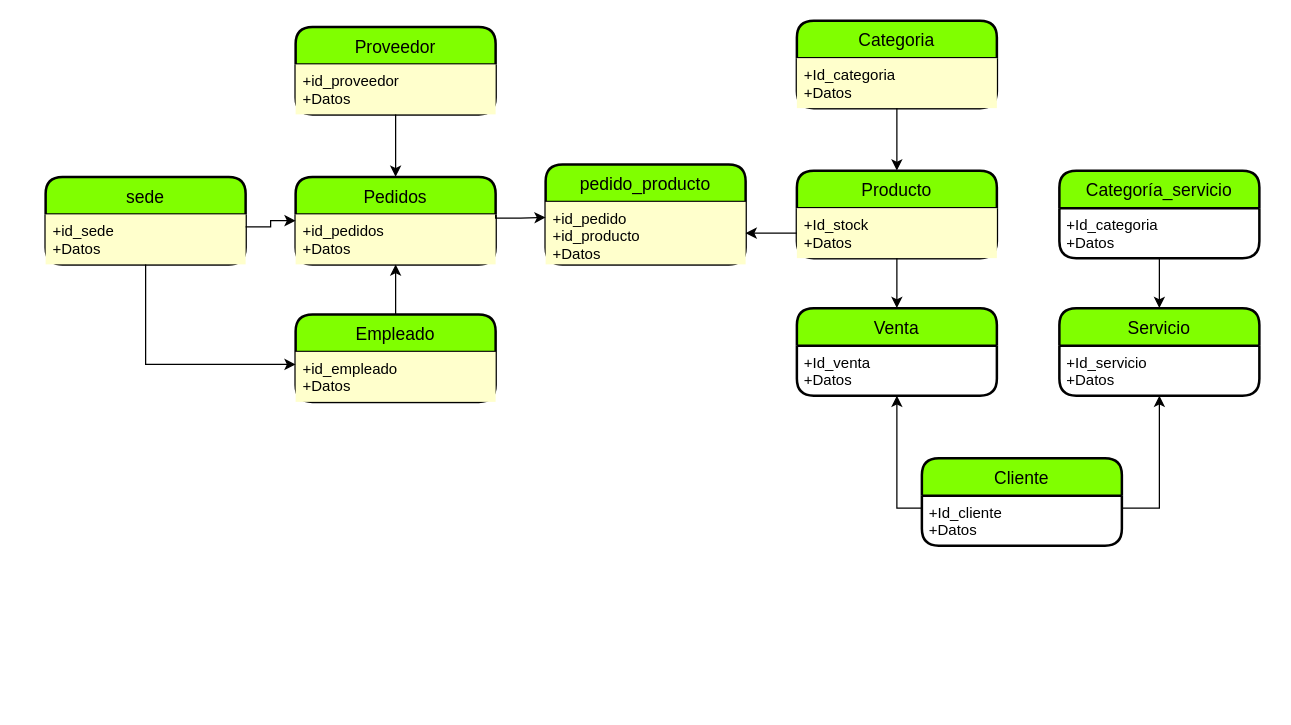
MikhersAgustiniana/Diagrama-MER keeps this draw.io diagram as Diagrama sin título.drawio. Above is the earlier version. Source tidied: cells renumbered, new cells numbered last; positions are measured from the earlier drawing's top-left corner, leaving out a move shared by most shapes. Both pictures are drawn from the tidied source at 125%, with x=0, y=0 at pixel (45, 20).
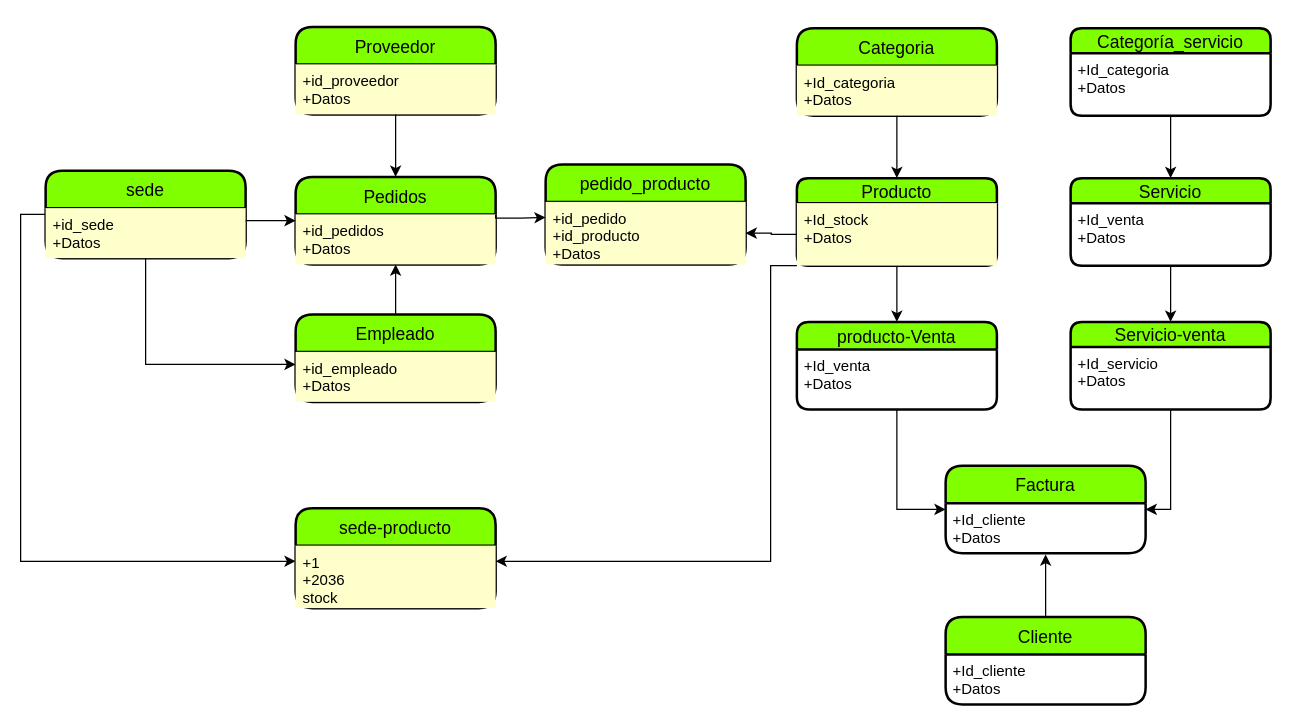
After the change.

The change refers to these unchanged cells:
```xml
<mxCell id="22" value="+Id_cliente&#10;+Datos" style="align=left;strokeColor=none;fillColor=none;spacingLeft=4;fontSize=12;verticalAlign=top;" parent="21" vertex="1">
  <mxGeometry y="30" width="160" height="40" as="geometry" />
</mxCell>
```

Diff of the diagram source:
```diff
@@
+    <mxCell id="35" style="edgeStyle=orthogonalEdgeStyle;rounded=0;jettySize=auto;html=1;exitX=0.5;exitY=1;exitDx=0;exitDy=0;entryX=0.5;entryY=0;entryDx=0;entryDy=0;" parent="1" edge="1" source="12" target="16">
+      <mxGeometry relative="1" as="geometry" />
+    </mxCell>
-    <mxCell id="12" value="Producto" style="swimlane;horizontal=1;startSize=30;rounded=1;fontSize=14;fontStyle=0;strokeWidth=2;shadow=0;dashed=0;align=center;fillColor=#80FF00;" parent="1" vertex="1">
-      <mxGeometry x="601" y="120" width="160" height="70" as="geometry" />
+    <mxCell id="12" value="Producto" style="swimlane;horizontal=1;startSize=20;rounded=1;fontSize=14;fontStyle=0;strokeWidth=2;shadow=0;dashed=0;align=center;fillColor=#80FF00;" parent="1" vertex="1">
+      <mxGeometry x="601" y="126" width="160" height="70" as="geometry" />
     </mxCell>
     <mxCell id="13" value="+Id_stock&#10;+Datos" style="align=left;strokeColor=none;fillColor=#FFFFCC;spacingLeft=4;fontSize=12;verticalAlign=top;" parent="12" vertex="1">
-      <mxGeometry y="30" width="160" height="40" as="geometry" />
+      <mxGeometry y="20" width="160" height="50" as="geometry" />
     </mxCell>
     <mxCell id="14" value="Categoria" style="swimlane;horizontal=1;startSize=30;rounded=1;fontSize=14;fontStyle=0;strokeWidth=2;shadow=0;dashed=0;align=center;fillColor=#80FF00;" parent="1" vertex="1">
-      <mxGeometry x="601" width="160" height="70" as="geometry" />
+      <mxGeometry x="601" y="6" width="160" height="70" as="geometry" />
     </mxCell>
@@
-    <mxCell id="16" value="Venta" style="swimlane;horizontal=1;startSize=30;rounded=1;fontSize=14;fontStyle=0;strokeWidth=2;shadow=0;dashed=0;align=center;fillColor=#80FF00;" parent="1" vertex="1">
-      <mxGeometry x="601" y="230" width="160" height="70" as="geometry" />
+    <mxCell id="16" value="producto-Venta" style="swimlane;horizontal=1;startSize=22;rounded=1;fontSize=14;fontStyle=0;strokeWidth=2;shadow=0;dashed=0;align=center;fillColor=#80FF00;" parent="1" vertex="1">
+      <mxGeometry x="601" y="241" width="160" height="70" as="geometry" />
     </mxCell>
     <mxCell id="17" value="+Id_venta&#10;+Datos" style="align=left;strokeColor=none;fillColor=none;spacingLeft=4;fontSize=12;verticalAlign=top;" parent="16" vertex="1">
-      <mxGeometry y="30" width="160" height="40" as="geometry" />
+      <mxGeometry y="22" width="160" height="48" as="geometry" />
     </mxCell>
-    <mxCell id="18" style="edgeStyle=orthogonalEdgeStyle;rounded=0;jettySize=auto;html=1;exitX=0.5;exitY=1;exitDx=0;exitDy=0;entryX=0.5;entryY=0;entryDx=0;entryDy=0;" parent="1" edge="1" source="13" target="16">
-      <mxGeometry relative="1" as="geometry" />
-    </mxCell>
-    <mxCell id="19" value="Servicio" style="swimlane;horizontal=1;startSize=30;rounded=1;fontSize=14;fontStyle=0;strokeWidth=2;shadow=0;dashed=0;align=center;fillColor=#80FF00;" parent="1" vertex="1">
-      <mxGeometry x="811" y="230" width="160" height="70" as="geometry" />
+    <mxCell id="19" value="Servicio-venta" style="swimlane;horizontal=1;startSize=20;rounded=1;fontSize=14;fontStyle=0;strokeWidth=2;shadow=0;dashed=0;align=center;fillColor=#80FF00;" parent="1" vertex="1">
+      <mxGeometry x="820" y="241" width="160" height="70" as="geometry" />
     </mxCell>
     <mxCell id="20" value="+Id_servicio&#10;+Datos" style="align=left;strokeColor=none;fillColor=none;spacingLeft=4;fontSize=12;verticalAlign=top;" parent="19" vertex="1">
-      <mxGeometry y="30" width="160" height="40" as="geometry" />
+      <mxGeometry y="20" width="160" height="50" as="geometry" />
     </mxCell>
+    <mxCell id="36" style="edgeStyle=orthogonalEdgeStyle;rounded=0;jettySize=auto;html=1;" parent="1" edge="1" source="21">
+      <mxGeometry relative="1" as="geometry">
+        <mxPoint x="800" y="427" as="targetPoint" />
+      </mxGeometry>
+    </mxCell>
     <mxCell id="21" value="Cliente" style="swimlane;horizontal=1;startSize=30;rounded=1;fontSize=14;fontStyle=0;strokeWidth=2;shadow=0;dashed=0;align=center;fillColor=#80FF00;" parent="1" vertex="1">
-      <mxGeometry x="701" y="350" width="160" height="70" as="geometry" />
+      <mxGeometry x="720" y="477" width="160" height="70" as="geometry" />
     </mxCell>
@@
-    <mxCell id="23" style="edgeStyle=orthogonalEdgeStyle;rounded=0;jettySize=auto;html=1;exitX=1;exitY=0;exitDx=0;exitDy=0;entryX=0.5;entryY=1;entryDx=0;entryDy=0;" parent="1" edge="1" source="22" target="20">
-      <mxGeometry relative="1" as="geometry">
-        <Array as="points">
-          <mxPoint x="861" y="390" />
-          <mxPoint x="891" y="390" />
-        </Array>
-      </mxGeometry>
-    </mxCell>
-    <mxCell id="24" style="edgeStyle=orthogonalEdgeStyle;rounded=0;jettySize=auto;html=1;exitX=0;exitY=0.25;exitDx=0;exitDy=0;" parent="1" edge="1" source="22" target="17">
-      <mxGeometry relative="1" as="geometry" />
-    </mxCell>
-    <mxCell id="25" value="Categoría_servicio" style="swimlane;horizontal=1;startSize=30;rounded=1;fontSize=14;fontStyle=0;strokeWidth=2;shadow=0;dashed=0;align=center;fillColor=#80FF00;" parent="1" vertex="1">
-      <mxGeometry x="811" y="120" width="160" height="70" as="geometry" />
+    <mxCell id="25" value="Categoría_servicio" style="swimlane;horizontal=1;startSize=20;rounded=1;fontSize=14;fontStyle=0;strokeWidth=2;shadow=0;dashed=0;align=center;fillColor=#80FF00;" parent="1" vertex="1">
+      <mxGeometry x="820" y="6" width="160" height="70" as="geometry" />
     </mxCell>
     <mxCell id="26" value="+Id_categoria&#10;+Datos" style="align=left;strokeColor=none;fillColor=none;spacingLeft=4;fontSize=12;verticalAlign=top;" parent="25" vertex="1">
-      <mxGeometry y="30" width="160" height="40" as="geometry" />
+      <mxGeometry y="20" width="160" height="50" as="geometry" />
     </mxCell>
@@
-    <mxCell id="28" style="edgeStyle=orthogonalEdgeStyle;rounded=0;jettySize=auto;html=1;exitX=0.5;exitY=1;exitDx=0;exitDy=0;entryX=0.5;entryY=0;entryDx=0;entryDy=0;" parent="1" edge="1" source="26" target="19">
-      <mxGeometry relative="1" as="geometry" />
-    </mxCell>
@@
+    <mxCell id="37" style="edgeStyle=orthogonalEdgeStyle;rounded=0;jettySize=auto;html=1;exitX=0;exitY=0.5;exitDx=0;exitDy=0;entryX=0;entryY=0.25;entryDx=0;entryDy=0;" parent="1" edge="1" source="31" target="39">
+      <mxGeometry relative="1" as="geometry" />
+    </mxCell>
     <mxCell id="31" value="sede" style="swimlane;horizontal=1;startSize=30;rounded=1;fontSize=14;fontStyle=0;strokeWidth=2;shadow=0;dashed=0;align=center;fillColor=#80FF00;" parent="1" vertex="1">
-      <mxGeometry y="125" width="160" height="70" as="geometry" />
+      <mxGeometry y="120" width="160" height="70" as="geometry" />
     </mxCell>
@@
+    <mxCell id="38" value="sede-producto" style="swimlane;horizontal=1;startSize=30;rounded=1;fontSize=14;fontStyle=0;strokeWidth=2;shadow=0;dashed=0;align=center;fillColor=#80FF00;" parent="1" vertex="1">
+      <mxGeometry x="200" y="390" width="160" height="80" as="geometry" />
+    </mxCell>
+    <mxCell id="39" value="+1&#10;+2036&#10;stock" style="align=left;strokeColor=none;fillColor=#FFFFCC;spacingLeft=4;fontSize=12;verticalAlign=top;" parent="38" vertex="1">
+      <mxGeometry y="30" width="160" height="50" as="geometry" />
+    </mxCell>
+    <mxCell id="40" value="Servicio" style="swimlane;horizontal=1;startSize=20;rounded=1;fontSize=14;fontStyle=0;strokeWidth=2;shadow=0;dashed=0;align=center;fillColor=#80FF00;" parent="1" vertex="1">
+      <mxGeometry x="820" y="126" width="160" height="70" as="geometry" />
+    </mxCell>
+    <mxCell id="41" value="+Id_venta&#10;+Datos" style="align=left;strokeColor=none;fillColor=none;spacingLeft=4;fontSize=12;verticalAlign=top;" parent="40" vertex="1">
+      <mxGeometry y="20" width="160" height="50" as="geometry" />
+    </mxCell>
+    <mxCell id="42" style="edgeStyle=orthogonalEdgeStyle;rounded=0;jettySize=auto;html=1;exitX=0.5;exitY=1;exitDx=0;exitDy=0;entryX=0.5;entryY=0;entryDx=0;entryDy=0;" parent="1" edge="1" source="26" target="40">
+      <mxGeometry relative="1" as="geometry" />
+    </mxCell>
+    <mxCell id="43" value="Factura" style="swimlane;horizontal=1;startSize=30;rounded=1;fontSize=14;fontStyle=0;strokeWidth=2;shadow=0;dashed=0;align=center;fillColor=#80FF00;" parent="1" vertex="1">
+      <mxGeometry x="720" y="356" width="160" height="70" as="geometry" />
+    </mxCell>
+    <mxCell id="44" value="+Id_cliente&#10;+Datos" style="align=left;strokeColor=none;fillColor=none;spacingLeft=4;fontSize=12;verticalAlign=top;" parent="43" vertex="1">
+      <mxGeometry y="30" width="160" height="40" as="geometry" />
+    </mxCell>
+    <mxCell id="45" style="edgeStyle=orthogonalEdgeStyle;rounded=0;jettySize=auto;html=1;exitX=0.5;exitY=1;exitDx=0;exitDy=0;entryX=1;entryY=0.5;entryDx=0;entryDy=0;" parent="1" edge="1" source="20" target="43">
+      <mxGeometry relative="1" as="geometry" />
+    </mxCell>
+    <mxCell id="46" style="edgeStyle=orthogonalEdgeStyle;rounded=0;jettySize=auto;html=1;exitX=0.5;exitY=1;exitDx=0;exitDy=0;entryX=0;entryY=0.5;entryDx=0;entryDy=0;" parent="1" edge="1" source="17" target="43">
+      <mxGeometry relative="1" as="geometry" />
+    </mxCell>
+    <mxCell id="47" style="edgeStyle=orthogonalEdgeStyle;rounded=0;jettySize=auto;html=1;exitX=0.5;exitY=1;exitDx=0;exitDy=0;entryX=0.5;entryY=0;entryDx=0;entryDy=0;" parent="1" edge="1" source="41" target="19">
+      <mxGeometry relative="1" as="geometry" />
+    </mxCell>
+    <mxCell id="48" style="edgeStyle=orthogonalEdgeStyle;rounded=0;jettySize=auto;html=1;exitX=0;exitY=1;exitDx=0;exitDy=0;entryX=1;entryY=0.25;entryDx=0;entryDy=0;" parent="1" edge="1" source="13" target="39">
+      <mxGeometry relative="1" as="geometry">
+        <Array as="points">
+          <mxPoint x="580" y="196" />
+          <mxPoint x="580" y="432" />
+        </Array>
+      </mxGeometry>
+    </mxCell>
```
